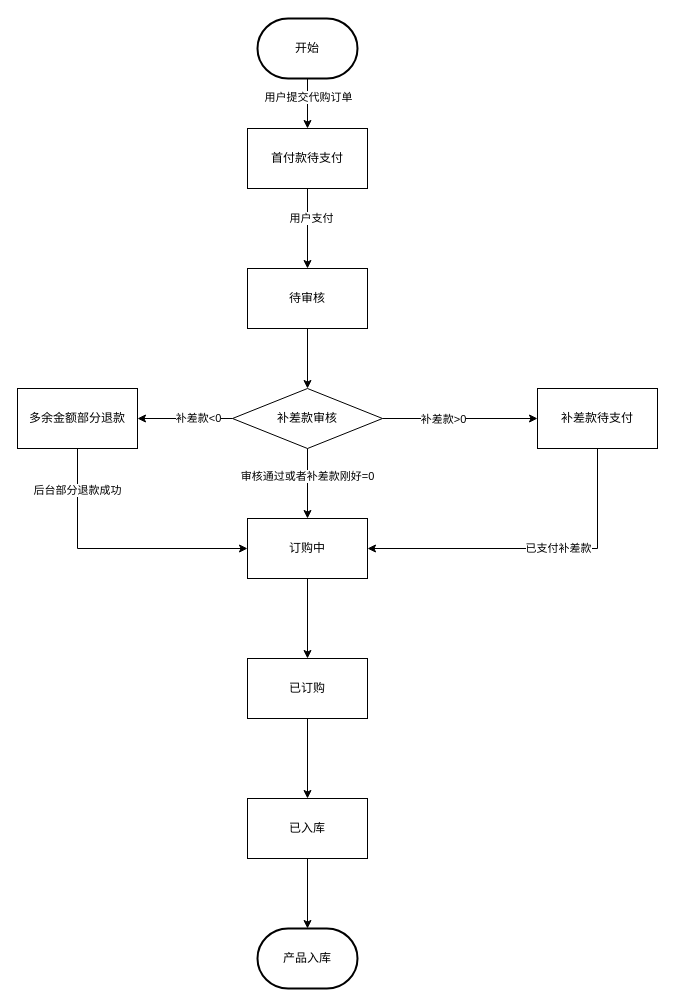
Above: 代购流程.drawio in yangjy15033/draw.io (draw.io), before the change. Source tidied: cells renumbered, new cells numbered last; positions are measured from the earlier drawing's top-left corner, leaving out a move shared by most shapes. Both pictures are drawn from the tidied source at 100%, with x=0, y=0 at pixel (17, 18).
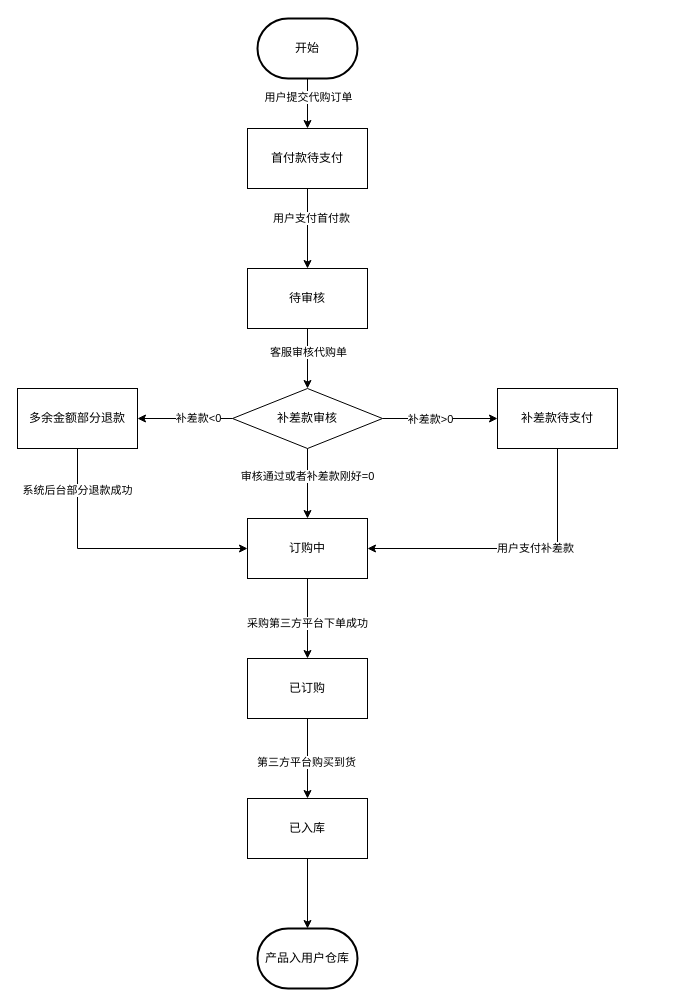
The same diagram, later.

Commit message:
更新代购流程.drawio

The change refers to these unchanged cells:
```xml
<mxCell id="5" style="edgeStyle=orthogonalEdgeStyle;rounded=0;jettySize=auto;html=1;" parent="1" edge="1" source="7" target="9">
  <mxGeometry relative="1" as="geometry" />
</mxCell>
<mxCell id="8" style="edgeStyle=orthogonalEdgeStyle;rounded=0;jettySize=auto;html=1;" parent="1" edge="1" source="9" target="21">
  <mxGeometry relative="1" as="geometry" />
</mxCell>
<mxCell id="10" style="edgeStyle=orthogonalEdgeStyle;rounded=0;jettySize=auto;html=1;" parent="1" edge="1" source="11" target="13">
  <mxGeometry relative="1" as="geometry" />
</mxCell>
<mxCell id="12" style="edgeStyle=orthogonalEdgeStyle;rounded=0;jettySize=auto;html=1;" parent="1" edge="1" source="13" target="15">
  <mxGeometry relative="1" as="geometry" />
</mxCell>
<mxCell id="24" style="edgeStyle=orthogonalEdgeStyle;rounded=0;jettySize=auto;html=1;exitX=0.5;exitY=1;exitDx=0;exitDy=0;entryX=1;entryY=0.5;entryDx=0;entryDy=0;" parent="1" edge="1" source="26" target="11">
  <mxGeometry relative="1" as="geometry" />
</mxCell>
<mxCell id="27" style="edgeStyle=orthogonalEdgeStyle;rounded=0;jettySize=auto;html=1;exitX=0.5;exitY=1;exitDx=0;exitDy=0;entryX=0;entryY=0.5;entryDx=0;entryDy=0;" parent="1" edge="1" source="29" target="11">
  <mxGeometry relative="1" as="geometry" />
</mxCell>
```

What changed in the source:
```diff
@@
-    <mxCell id="6" value="用户支付" style="edgeLabel;html=1;align=center;verticalAlign=middle;" parent="5" vertex="1">
+    <mxCell id="6" value="用户支付首付款" style="edgeLabel;html=1;align=center;verticalAlign=middle;" parent="5" vertex="1">
       <mxGeometry x="-0.28" y="3" relative="1" as="geometry" />
     </mxCell>
@@
+    <mxCell id="30" value="客服审核代购单" style="edgeLabel;html=1;align=center;verticalAlign=middle;" parent="8" vertex="1">
+      <mxGeometry x="-0.23" relative="1" as="geometry" />
+    </mxCell>
@@
+    <mxCell id="31" value="采购第三方平台下单成功" style="edgeLabel;html=1;align=center;verticalAlign=middle;" parent="10" vertex="1">
+      <mxGeometry x="0.1" y="-1" relative="1" as="geometry" />
+    </mxCell>
@@
+    <mxCell id="32" value="第三方平台购买到货" style="edgeLabel;html=1;align=center;verticalAlign=middle;" parent="12" vertex="1">
+      <mxGeometry x="0.07" y="-2" relative="1" as="geometry" />
+    </mxCell>
@@
-    <mxCell id="16" value="产品入库" style="strokeWidth=2;html=1;shape=mxgraph.flowchart.terminator;whiteSpace=wrap;" parent="1" vertex="1">
+    <mxCell id="16" value="产品入用户仓库" style="strokeWidth=2;html=1;shape=mxgraph.flowchart.terminator;whiteSpace=wrap;" parent="1" vertex="1">
       <mxGeometry x="240" y="910" width="100" height="60" as="geometry" />
     </mxCell>
@@
-    <mxCell id="25" value="已支付补差款" style="edgeLabel;html=1;align=center;verticalAlign=middle;" parent="24" vertex="1">
+    <mxCell id="25" value="用户支付补差款" style="edgeLabel;html=1;align=center;verticalAlign=middle;" parent="24" vertex="1">
       <mxGeometry x="-0.15" y="-1" relative="1" as="geometry" />
     </mxCell>
     <mxCell id="26" value="补差款待支付" style="whiteSpace=wrap;html=1;rounded=0;" parent="1" vertex="1">
-      <mxGeometry x="520" y="370" width="120" height="60" as="geometry" />
+      <mxGeometry x="480" y="370" width="120" height="60" as="geometry" />
     </mxCell>
@@
-    <mxCell id="28" value="后台部分退款成功" style="edgeLabel;html=1;align=center;verticalAlign=middle;" parent="27" vertex="1">
+    <mxCell id="28" value="系统后台部分退款成功" style="edgeLabel;html=1;align=center;verticalAlign=middle;" parent="27" vertex="1">
       <mxGeometry x="-0.7" y="-1" relative="1" as="geometry" />
     </mxCell>
```
